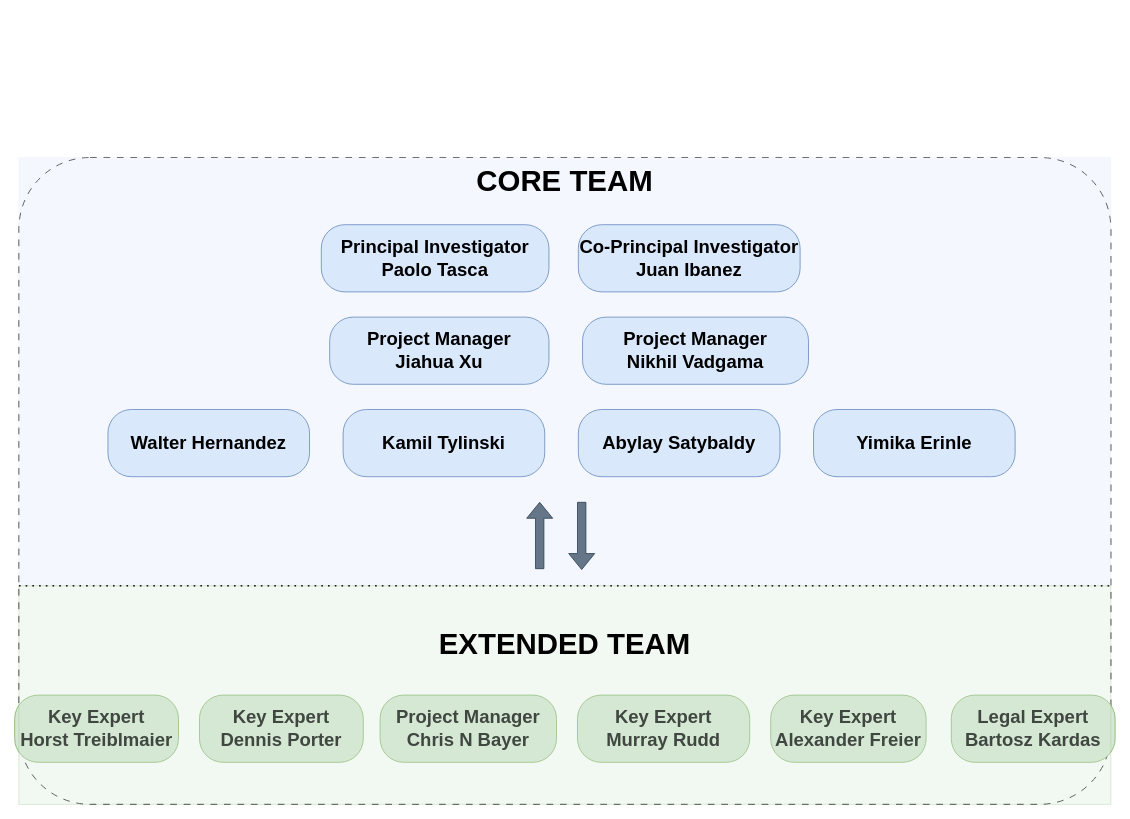
This is page "Page-8" (7 of 8) of assets/Untitled Diagram.drawio from xujiahuayz/crypto-wallets, a draw.io file, before an edit. Source tidied: cells renumbered, new cells numbered last; positions are measured from the earlier drawing's top-left corner, leaving out a move shared by most shapes. Both pictures are drawn from the tidied source at 84%, with x=0, y=0 at pixel (14, 157).
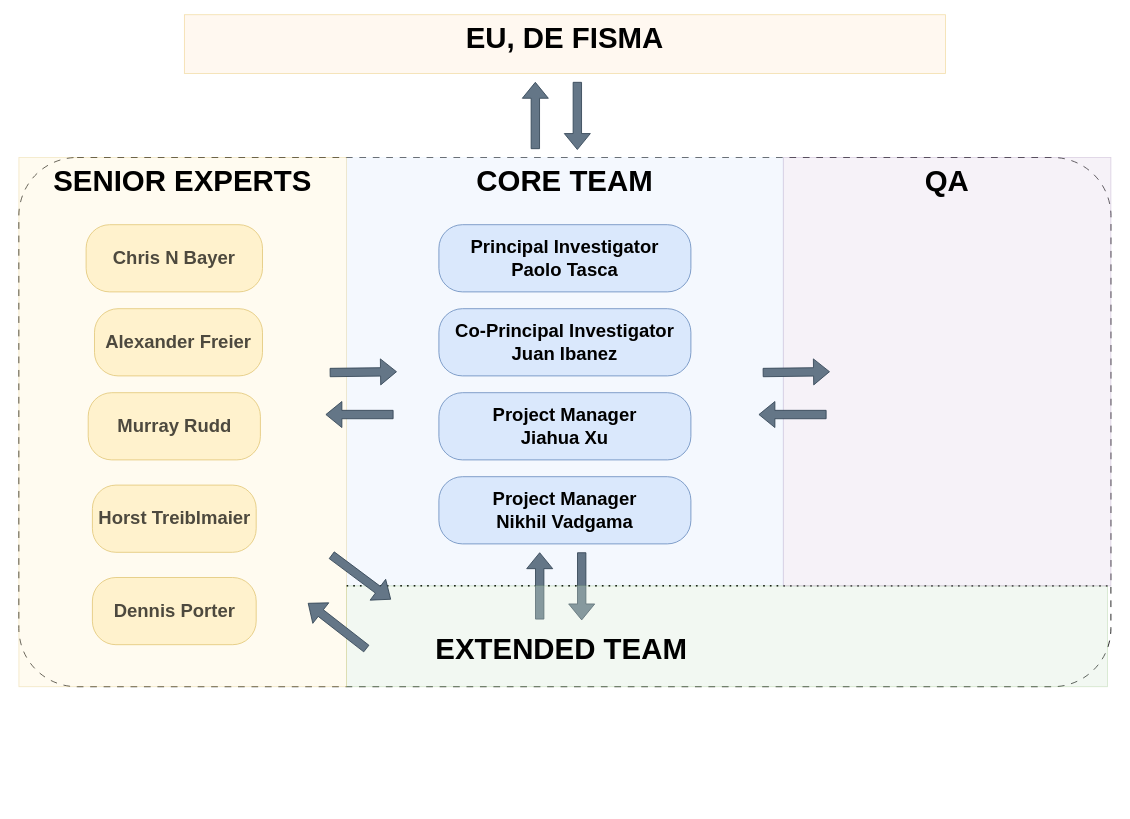
The same page after the edit.

Change to the diagram source:
```diff
@@
     <mxCell id="2" style="rounded=1;whiteSpace=wrap;html=1;dashed=1;dashPattern=8 8;arcSize=11;" parent="1" vertex="1">
-      <mxGeometry x="5" width="1300" height="770" as="geometry" />
+      <mxGeometry x="5" width="1300" height="630" as="geometry" />
     </mxCell>
     <mxCell id="3" value="&lt;font style=&quot;font-size: 35px;&quot;&gt;CORE TEAM&lt;/font&gt;" style="rounded=0;whiteSpace=wrap;html=1;arcSize=35;fillColor=#dae8fc;strokeColor=#DAE8FC;verticalAlign=top;opacity=30;fontStyle=1;strokeWidth=1;fontSize=28;" parent="1" vertex="1">
-      <mxGeometry x="5" width="1300" height="510" as="geometry" />
+      <mxGeometry x="395" width="520" height="510" as="geometry" />
     </mxCell>
     <mxCell id="4" value="&lt;font style=&quot;font-size: 22px;&quot;&gt;&lt;b&gt;Principal Investigator&lt;br style=&quot;border-color: var(--border-color);&quot;&gt;Paolo Tasca&lt;/b&gt;&lt;/font&gt;" style="rounded=1;whiteSpace=wrap;html=1;arcSize=35;fillColor=#dae8fc;strokeColor=#6c8ebf;labelBackgroundColor=none;" parent="1" vertex="1">
-      <mxGeometry x="365" y="80" width="271" height="80" as="geometry" />
+      <mxGeometry x="505" y="80" width="300" height="80" as="geometry" />
     </mxCell>
@@
     <mxCell id="6" value="&lt;font style=&quot;font-size: 22px;&quot;&gt;&lt;b&gt;Project Manager&lt;br style=&quot;border-color: var(--border-color);&quot;&gt;Jiahua Xu&lt;/b&gt;&lt;/font&gt;" style="rounded=1;whiteSpace=wrap;html=1;arcSize=35;fillColor=#dae8fc;strokeColor=#6c8ebf;labelBackgroundColor=none;" parent="1" vertex="1">
-      <mxGeometry x="375" y="190" width="261" height="80" as="geometry" />
+      <mxGeometry x="505" y="280" width="300" height="80" as="geometry" />
     </mxCell>
-    <mxCell id="7" value="&lt;font style=&quot;font-size: 22px;&quot;&gt;&lt;b&gt;&lt;font style=&quot;font-size: 22px;&quot;&gt;Walter&amp;nbsp;&lt;/font&gt;Hernandez&lt;/b&gt;&lt;/font&gt;" style="rounded=1;whiteSpace=wrap;html=1;arcSize=35;fillColor=#dae8fc;strokeColor=#6c8ebf;" parent="1" vertex="1">
-      <mxGeometry x="111" y="300" width="240" height="80" as="geometry" />
-    </mxCell>
-    <mxCell id="8" value="&lt;font size=&quot;1&quot;&gt;&lt;b style=&quot;font-size: 22px;&quot;&gt;Kamil Tylinski&lt;/b&gt;&lt;/font&gt;" style="rounded=1;whiteSpace=wrap;html=1;arcSize=35;fillColor=#dae8fc;strokeColor=#6c8ebf;labelBackgroundColor=none;" parent="1" vertex="1">
-      <mxGeometry x="391" y="300" width="240" height="80" as="geometry" />
-    </mxCell>
-    <mxCell id="9" value="&lt;font size=&quot;1&quot;&gt;&lt;b style=&quot;font-size: 22px;&quot;&gt;Abylay Satybaldy&lt;/b&gt;&lt;/font&gt;" style="rounded=1;whiteSpace=wrap;html=1;arcSize=35;fillColor=#dae8fc;strokeColor=#6c8ebf;labelBackgroundColor=none;" parent="1" vertex="1">
-      <mxGeometry x="671" y="300" width="240" height="80" as="geometry" />
-    </mxCell>
-    <mxCell id="10" value="&lt;font&gt;&lt;b&gt;&lt;font style=&quot;font-size: 22px;&quot;&gt;Yimika Erinle&lt;/font&gt;&lt;/b&gt;&lt;br&gt;&lt;/font&gt;" style="rounded=1;whiteSpace=wrap;html=1;arcSize=35;fillColor=#dae8fc;strokeColor=#6c8ebf;labelBackgroundColor=none;" parent="1" vertex="1">
-      <mxGeometry x="951" y="300" width="240" height="80" as="geometry" />
-    </mxCell>
-    <mxCell id="11" value="&lt;font style=&quot;font-size: 22px;&quot;&gt;&lt;b&gt;Key Expert&lt;br&gt;Horst Treiblmaier&lt;/b&gt;&lt;/font&gt;&lt;span style=&quot;font-size: 20px;&quot;&gt;&lt;br&gt;&lt;/span&gt;" style="rounded=1;whiteSpace=wrap;html=1;arcSize=35;fillColor=#d5e8d4;strokeColor=#82b366;" parent="1" vertex="1">
-      <mxGeometry y="640" width="195" height="80" as="geometry" />
+    <mxCell id="11" value="&lt;font style=&quot;font-size: 22px;&quot;&gt;&lt;b&gt;Horst Treiblmaier&lt;/b&gt;&lt;/font&gt;&lt;span style=&quot;font-size: 20px;&quot;&gt;&lt;br&gt;&lt;/span&gt;" style="rounded=1;whiteSpace=wrap;html=1;arcSize=35;fillColor=#fff2cc;strokeColor=#d6b656;" parent="1" vertex="1">
+      <mxGeometry x="92.5" y="390" width="195" height="80" as="geometry" />
     </mxCell>
-    <mxCell id="12" value="&lt;span style=&quot;font-size: 22px;&quot;&gt;&lt;b&gt;Key Expert&lt;br&gt;Dennis Porter&lt;/b&gt;&lt;br&gt;&lt;/span&gt;" style="rounded=1;whiteSpace=wrap;html=1;arcSize=35;fillColor=#d5e8d4;strokeColor=#82b366;" parent="1" vertex="1">
-      <mxGeometry x="220" y="640" width="195" height="80" as="geometry" />
+    <mxCell id="12" value="&lt;span style=&quot;font-size: 22px;&quot;&gt;&lt;b&gt;Dennis Porter&lt;/b&gt;&lt;br&gt;&lt;/span&gt;" style="rounded=1;whiteSpace=wrap;html=1;arcSize=35;fillColor=#fff2cc;strokeColor=#d6b656;" parent="1" vertex="1">
+      <mxGeometry x="92.5" y="500" width="195" height="80" as="geometry" />
     </mxCell>
-    <mxCell id="13" value="&lt;b style=&quot;font-size: 22px;&quot;&gt;&lt;font style=&quot;font-size: 22px;&quot;&gt;Project Manager&lt;/font&gt;&lt;br&gt;&lt;span style=&quot;&quot;&gt;Chris N Bayer&lt;/span&gt;&lt;/b&gt;" style="rounded=1;whiteSpace=wrap;html=1;arcSize=35;fillColor=#d5e8d4;strokeColor=#82b366;" parent="1" vertex="1">
-      <mxGeometry x="435" y="640" width="210" height="80" as="geometry" />
+    <mxCell id="13" value="&lt;b style=&quot;font-size: 22px;&quot;&gt;&lt;span style=&quot;&quot;&gt;Chris N Bayer&lt;/span&gt;&lt;/b&gt;" style="rounded=1;whiteSpace=wrap;html=1;arcSize=35;fillColor=#fff2cc;strokeColor=#d6b656;" parent="1" vertex="1">
+      <mxGeometry x="85" y="80" width="210" height="80" as="geometry" />
     </mxCell>
-    <mxCell id="14" value="&lt;span style=&quot;font-size: 22px;&quot;&gt;&lt;b&gt;Key Expert&lt;br&gt;Murray Rudd&lt;/b&gt;&lt;br&gt;&lt;/span&gt;" style="rounded=1;whiteSpace=wrap;html=1;arcSize=35;fillColor=#d5e8d4;strokeColor=#82b366;" parent="1" vertex="1">
-      <mxGeometry x="670" y="640" width="205" height="80" as="geometry" />
+    <mxCell id="14" value="&lt;span style=&quot;font-size: 22px;&quot;&gt;&lt;b&gt;Murray Rudd&lt;/b&gt;&lt;br&gt;&lt;/span&gt;" style="rounded=1;whiteSpace=wrap;html=1;arcSize=35;fillColor=#fff2cc;strokeColor=#d6b656;" parent="1" vertex="1">
+      <mxGeometry x="87.5" y="280" width="205" height="80" as="geometry" />
     </mxCell>
-    <mxCell id="15" value="&lt;span style=&quot;font-size: 22px;&quot;&gt;&lt;b&gt;Key Expert&lt;br&gt;Alexander Freier&lt;/b&gt;&lt;br&gt;&lt;/span&gt;" style="rounded=1;whiteSpace=wrap;html=1;arcSize=35;fillColor=#d5e8d4;strokeColor=#82b366;labelBackgroundColor=none;" parent="1" vertex="1">
-      <mxGeometry x="900" y="640" width="185" height="80" as="geometry" />
+    <mxCell id="15" value="&lt;span style=&quot;font-size: 22px;&quot;&gt;&lt;b&gt;Alexander Freier&lt;/b&gt;&lt;br&gt;&lt;/span&gt;" style="rounded=1;whiteSpace=wrap;html=1;arcSize=35;fillColor=#fff2cc;strokeColor=#d6b656;labelBackgroundColor=none;" parent="1" vertex="1">
+      <mxGeometry x="95" y="180" width="200" height="80" as="geometry" />
     </mxCell>
-    <mxCell id="16" style="shape=flexArrow;endArrow=classic;html=1;rounded=0;fillColor=#647687;strokeColor=#314354;" parent="1" edge="1">
+    <mxCell id="16" style="shape=flexArrow;endArrow=classic;html=1;rounded=0;fillColor=#647687;strokeColor=#314354;fontStyle=1;" parent="1" edge="1">
       <mxGeometry relative="1" as="geometry">
-        <mxPoint x="625" y="490" as="sourcePoint" />
-        <mxPoint x="625" y="410" as="targetPoint" />
+        <mxPoint x="625" y="550" as="sourcePoint" />
+        <mxPoint x="625" y="470" as="targetPoint" />
       </mxGeometry>
     </mxCell>
-    <mxCell id="17" style="shape=flexArrow;endArrow=classic;html=1;rounded=0;fillColor=#647687;strokeColor=#314354;" parent="1" edge="1">
+    <mxCell id="17" style="shape=flexArrow;endArrow=classic;html=1;rounded=0;fillColor=#647687;strokeColor=#314354;fontStyle=1;" parent="1" edge="1">
       <mxGeometry relative="1" as="geometry">
-        <mxPoint x="675" y="410" as="sourcePoint" />
-        <mxPoint x="675" y="491" as="targetPoint" />
+        <mxPoint x="675" y="470" as="sourcePoint" />
+        <mxPoint x="675" y="551" as="targetPoint" />
       </mxGeometry>
     </mxCell>
     <mxCell id="18" value="&lt;font style=&quot;font-size: 22px;&quot;&gt;&lt;b&gt;Co-Principal Investigator&lt;br style=&quot;border-color: var(--border-color);&quot;&gt;Juan Ibanez&lt;/b&gt;&lt;/font&gt;" style="rounded=1;whiteSpace=wrap;html=1;arcSize=35;fillColor=#dae8fc;strokeColor=#6c8ebf;labelBackgroundColor=none;" parent="1" vertex="1">
-      <mxGeometry x="671" y="80" width="264" height="80" as="geometry" />
+      <mxGeometry x="505" y="180" width="300" height="80" as="geometry" />
     </mxCell>
     <mxCell id="19" value="&lt;font style=&quot;font-size: 22px;&quot;&gt;&lt;b&gt;Project Manager&lt;br style=&quot;border-color: var(--border-color);&quot;&gt;Nikhil Vadgama&lt;/b&gt;&lt;/font&gt;" style="rounded=1;whiteSpace=wrap;html=1;arcSize=35;fillColor=#dae8fc;strokeColor=#6c8ebf;labelBackgroundColor=none;" parent="1" vertex="1">
-      <mxGeometry x="676" y="190" width="269" height="80" as="geometry" />
+      <mxGeometry x="505" y="380" width="300" height="80" as="geometry" />
     </mxCell>
-    <mxCell id="20" value="&lt;span style=&quot;font-size: 22px;&quot;&gt;&lt;b&gt;Legal Expert&lt;br&gt;Bartosz Kardas&lt;/b&gt;&lt;br&gt;&lt;/span&gt;" style="rounded=1;whiteSpace=wrap;html=1;arcSize=35;fillColor=#d5e8d4;strokeColor=#82b366;labelBackgroundColor=none;" parent="1" vertex="1">
-      <mxGeometry x="1115" y="640" width="195" height="80" as="geometry" />
-    </mxCell>
-    <mxCell id="21" value="&lt;font style=&quot;font-size: 35px;&quot;&gt;&lt;br&gt;EXTENDED TEAM&lt;/font&gt;" style="rounded=0;whiteSpace=wrap;html=1;arcSize=35;fillColor=#d5e8d4;strokeColor=#82b366;verticalAlign=top;opacity=30;fontStyle=1;strokeWidth=1;fontSize=28;" parent="1" vertex="1">
-      <mxGeometry x="5" y="510" width="1300" height="260" as="geometry" />
+    <mxCell id="21" value="&lt;font style=&quot;font-size: 35px;&quot;&gt;&lt;br&gt;&lt;br&gt;&lt;/font&gt;" style="rounded=0;whiteSpace=wrap;html=1;arcSize=35;fillColor=#d5e8d4;strokeColor=#82b366;verticalAlign=top;opacity=30;fontStyle=1;strokeWidth=1;fontSize=28;" parent="1" vertex="1">
+      <mxGeometry x="395" y="510" width="906" height="120" as="geometry" />
     </mxCell>
+    <mxCell id="22" style="shape=flexArrow;endArrow=classic;html=1;rounded=0;fillColor=#647687;strokeColor=#314354;" parent="1" edge="1">
+      <mxGeometry relative="1" as="geometry">
+        <mxPoint x="619.8" y="-10" as="sourcePoint" />
+        <mxPoint x="619.8" y="-90" as="targetPoint" />
+      </mxGeometry>
+    </mxCell>
+    <mxCell id="23" style="shape=flexArrow;endArrow=classic;html=1;rounded=0;fillColor=#647687;strokeColor=#314354;" parent="1" edge="1">
+      <mxGeometry relative="1" as="geometry">
+        <mxPoint x="669.8" y="-90" as="sourcePoint" />
+        <mxPoint x="669.8" y="-9" as="targetPoint" />
+      </mxGeometry>
+    </mxCell>
+    <mxCell id="24" value="&lt;font style=&quot;font-size: 35px;&quot;&gt;SENIOR EXPERTS&lt;/font&gt;" style="rounded=0;whiteSpace=wrap;html=1;arcSize=35;fillColor=#fff2cc;strokeColor=#d6b656;verticalAlign=top;opacity=30;fontStyle=1;strokeWidth=1;fontSize=28;" parent="1" vertex="1">
+      <mxGeometry x="5" width="390" height="630" as="geometry" />
+    </mxCell>
+    <mxCell id="25" value="&lt;font style=&quot;font-size: 35px;&quot;&gt;QA&lt;/font&gt;" style="rounded=0;whiteSpace=wrap;html=1;arcSize=35;fillColor=#e1d5e7;strokeColor=#9673a6;verticalAlign=top;opacity=30;fontStyle=1;strokeWidth=1;fontSize=28;" parent="1" vertex="1">
+      <mxGeometry x="915" width="390" height="510" as="geometry" />
+    </mxCell>
+    <mxCell id="26" value="&lt;font style=&quot;font-size: 35px;&quot;&gt;&lt;b&gt;EXTENDED TEAM&lt;/b&gt;&lt;/font&gt;" style="text;html=1;strokeColor=none;fillColor=none;align=center;verticalAlign=middle;whiteSpace=wrap;rounded=0;" parent="1" vertex="1">
+      <mxGeometry x="481" y="570" width="340" height="30" as="geometry" />
+    </mxCell>
+    <mxCell id="27" value="&lt;font style=&quot;font-size: 35px;&quot;&gt;EU, DE FISMA&lt;br&gt;&lt;/font&gt;" style="rounded=0;whiteSpace=wrap;html=1;arcSize=35;fillColor=#ffe6cc;strokeColor=#d79b00;verticalAlign=top;opacity=30;fontStyle=1;strokeWidth=1;fontSize=28;" parent="1" vertex="1">
+      <mxGeometry x="202" y="-170" width="906" height="70" as="geometry" />
+    </mxCell>
+    <mxCell id="28" style="group;" parent="1" vertex="1">
+      <mxGeometry x="885" y="255" width="85.5" height="50.5" as="geometry" />
+    </mxCell>
+    <mxCell id="29" style="group;rotation=90;" parent="28" vertex="1">
+      <mxGeometry x="15.5" y="-15" width="50" height="81" as="geometry" />
+    </mxCell>
+    <mxCell id="30" style="shape=flexArrow;endArrow=classic;html=1;rounded=0;fillColor=#647687;strokeColor=#314354;" parent="29" edge="1">
+      <mxGeometry relative="1" as="geometry">
+        <mxPoint x="66" y="66" as="sourcePoint" />
+        <mxPoint x="-15" y="66" as="targetPoint" />
+      </mxGeometry>
+    </mxCell>
+    <mxCell id="31" style="shape=flexArrow;endArrow=classic;html=1;rounded=0;fillColor=#647687;strokeColor=#314354;" parent="28" edge="1">
+      <mxGeometry relative="1" as="geometry">
+        <mxPoint x="5.5" y="1" as="sourcePoint" />
+        <mxPoint x="85.5" as="targetPoint" />
+      </mxGeometry>
+    </mxCell>
+    <mxCell id="32" style="group;" parent="1" vertex="1">
+      <mxGeometry x="369.5" y="255" width="85.5" height="50.5" as="geometry" />
+    </mxCell>
+    <mxCell id="33" style="group;rotation=90;" parent="32" vertex="1">
+      <mxGeometry x="15.5" y="-15" width="50" height="81" as="geometry" />
+    </mxCell>
+    <mxCell id="34" style="shape=flexArrow;endArrow=classic;html=1;rounded=0;fillColor=#647687;strokeColor=#314354;" parent="33" edge="1">
+      <mxGeometry relative="1" as="geometry">
+        <mxPoint x="66" y="66" as="sourcePoint" />
+        <mxPoint x="-15" y="66" as="targetPoint" />
+      </mxGeometry>
+    </mxCell>
+    <mxCell id="35" style="shape=flexArrow;endArrow=classic;html=1;rounded=0;fillColor=#647687;strokeColor=#314354;" parent="32" edge="1">
+      <mxGeometry relative="1" as="geometry">
+        <mxPoint x="5.5" y="1" as="sourcePoint" />
+        <mxPoint x="85.5" as="targetPoint" />
+      </mxGeometry>
+    </mxCell>
+    <mxCell id="36" style="group;rotation=30;" parent="1" vertex="1">
+      <mxGeometry x="350" y="491.3" width="85.5" height="70.5" as="geometry" />
+    </mxCell>
+    <mxCell id="37" style="group;rotation=120;" parent="36" vertex="1">
+      <mxGeometry x="21" y="-20.9" width="50" height="113.1" as="geometry" />
+    </mxCell>
+    <mxCell id="38" style="shape=flexArrow;endArrow=classic;html=1;rounded=0;fillColor=#647687;strokeColor=#314354;" parent="37" edge="1">
+      <mxGeometry relative="1" as="geometry">
+        <mxPoint x="48" y="114.5" as="sourcePoint" />
+        <mxPoint x="-22" y="60" as="targetPoint" />
+      </mxGeometry>
+    </mxCell>
+    <mxCell id="39" style="shape=flexArrow;endArrow=classic;html=1;rounded=0;fillColor=#647687;strokeColor=#314354;" parent="36" edge="1">
+      <mxGeometry relative="1" as="geometry">
+        <mxPoint x="27" y="-18.1" as="sourcePoint" />
+        <mxPoint x="98" y="34.9" as="targetPoint" />
+      </mxGeometry>
+    </mxCell>
```
